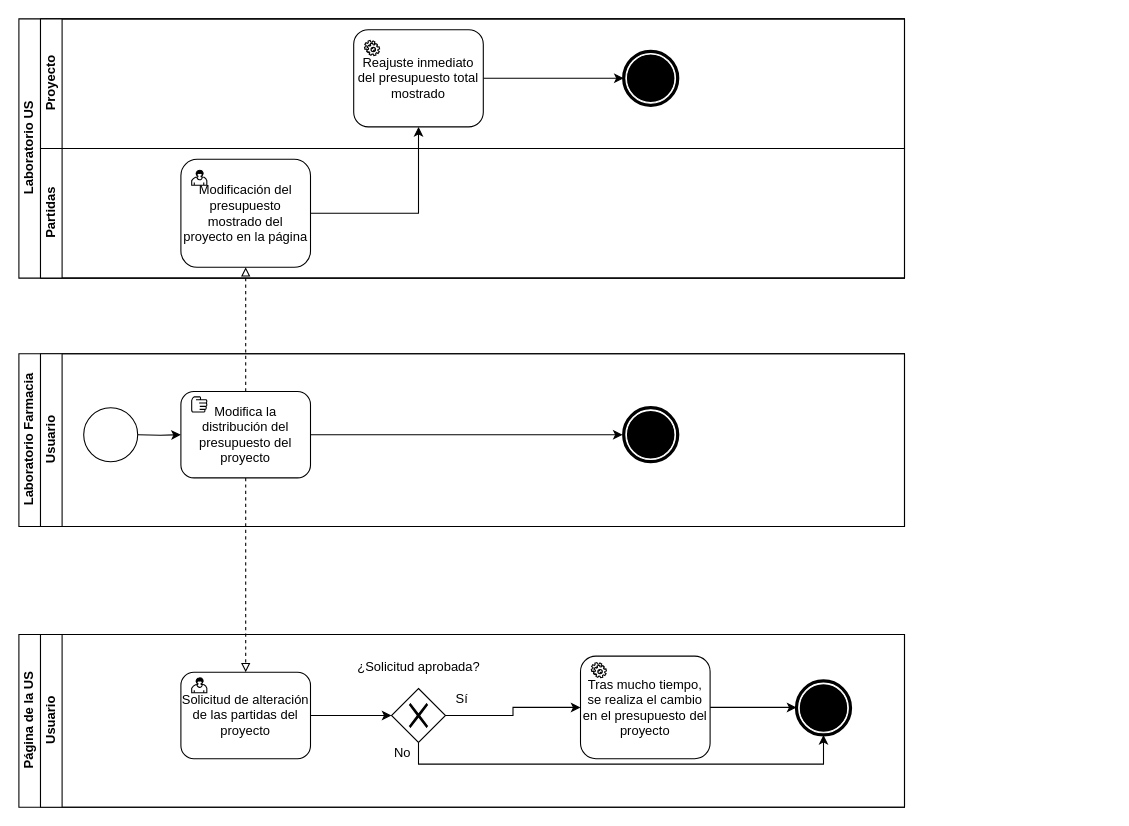
Before: 4 Necesidades de negocio/4.2 Modelos de procesos de negocio a implantar/ModificarPartidaBPMN-Implantar.drawio in Franbr31/IR-project, a draw.io diagram. Source tidied: cells renumbered, new cells numbered last; positions are measured from the earlier drawing's top-left corner, leaving out a move shared by most shapes. Both pictures are drawn from the tidied source at 108%, with x=0, y=0 at pixel (18, 18).
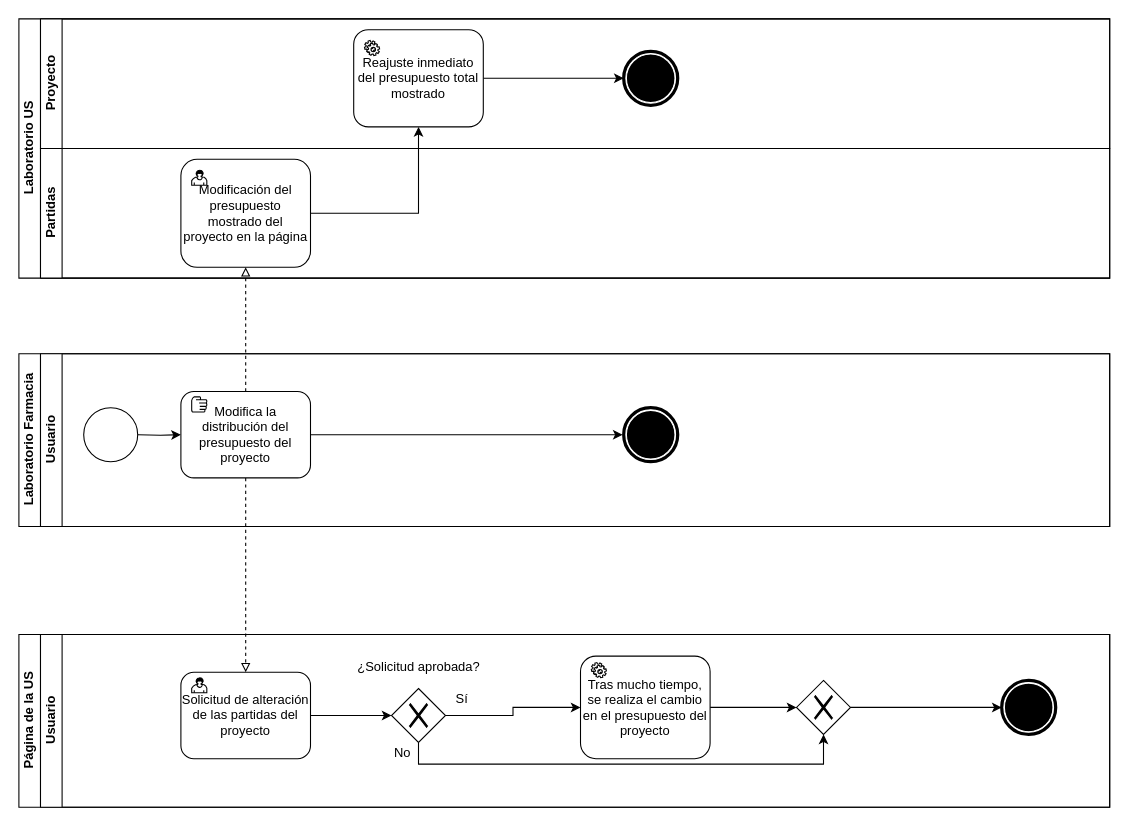
The same diagram, later.

Unchanged cells that the change refers to:
```xml
<mxCell id="35" style="shape=mxgraph.bpmn.shape;html=1;verticalLabelPosition=bottom;labelBackgroundColor=#ffffff;verticalAlign=top;align=center;perimeter=rhombusPerimeter;background=gateway;outlineConnect=0;outline=none;symbol=exclusiveGw;" parent="26" vertex="1">
  <mxGeometry x="325" y="50" width="50" height="50" as="geometry" />
</mxCell>
```

Diff of the diagram source:
```diff
@@
     <mxCell id="2" value="Laboratorio US" style="swimlane;html=1;horizontal=0;startSize=20;" parent="1" vertex="1">
-      <mxGeometry width="820" height="240" as="geometry" />
+      <mxGeometry width="1010" height="240" as="geometry" />
     </mxCell>
     <mxCell id="3" value="Proyecto" style="swimlane;html=1;startSize=20;horizontal=0;" parent="2" vertex="1">
-      <mxGeometry x="20" width="800" height="120" as="geometry" />
+      <mxGeometry x="20" width="990" height="120" as="geometry" />
     </mxCell>
@@
     <mxCell id="8" value="Partidas" style="swimlane;html=1;startSize=20;horizontal=0;" parent="2" vertex="1">
-      <mxGeometry x="20" y="120" width="800" height="120" as="geometry" />
+      <mxGeometry x="20" y="120" width="990" height="120" as="geometry" />
     </mxCell>
@@
     <mxCell id="12" value="Laboratorio Farmacia" style="swimlane;html=1;horizontal=0;startSize=20;" parent="1" vertex="1">
-      <mxGeometry y="310" width="820" height="160" as="geometry" />
+      <mxGeometry y="310" width="1010" height="160" as="geometry" />
     </mxCell>
@@
     <mxCell id="15" value="Usuario" style="swimlane;html=1;startSize=20;horizontal=0;" parent="12" vertex="1">
-      <mxGeometry x="20" width="800" height="160" as="geometry" />
+      <mxGeometry x="20" width="990" height="160" as="geometry" />
     </mxCell>
@@
     <mxCell id="23" value="Página de la US" style="swimlane;html=1;horizontal=0;startSize=20;" parent="1" vertex="1">
-      <mxGeometry y="570" width="820" height="160" as="geometry" />
+      <mxGeometry y="570" width="1010" height="160" as="geometry" />
     </mxCell>
@@
     <mxCell id="26" value="Usuario" style="swimlane;html=1;startSize=20;horizontal=0;" parent="23" vertex="1">
-      <mxGeometry x="20" width="800" height="160" as="geometry" />
+      <mxGeometry x="20" width="990" height="160" as="geometry" />
     </mxCell>
@@
-    <mxCell id="34" style="edgeStyle=orthogonalEdgeStyle;rounded=0;jettySize=auto;html=1;exitX=0.5;exitY=1;exitDx=0;exitDy=0;entryX=0.5;entryY=1;entryDx=0;entryDy=0;endArrow=classic;endFill=1;" parent="26" edge="1" source="35" target="39">
+    <mxCell id="34" style="edgeStyle=orthogonalEdgeStyle;rounded=0;jettySize=auto;html=1;exitX=0.5;exitY=1;exitDx=0;exitDy=0;entryX=0.5;entryY=1;entryDx=0;entryDy=0;endArrow=classic;endFill=1;" parent="26" edge="1" source="35" target="42">
       <mxGeometry relative="1" as="geometry" />
     </mxCell>
@@
     <mxCell id="39" style="shape=mxgraph.bpmn.shape;html=1;verticalLabelPosition=bottom;labelBackgroundColor=#ffffff;verticalAlign=top;align=center;perimeter=ellipsePerimeter;outlineConnect=0;outline=end;symbol=terminate;" parent="26" vertex="1">
-      <mxGeometry x="700" y="43" width="50" height="50" as="geometry" />
+      <mxGeometry x="890" y="42.5" width="50" height="50" as="geometry" />
     </mxCell>
+    <mxCell id="41" style="edgeStyle=orthogonalEdgeStyle;rounded=0;jettySize=auto;html=1;exitX=1;exitY=0.5;exitDx=0;exitDy=0;" parent="26" edge="1" source="42" target="39">
+      <mxGeometry relative="1" as="geometry" />
+    </mxCell>
+    <mxCell id="42" style="shape=mxgraph.bpmn.shape;html=1;verticalLabelPosition=bottom;labelBackgroundColor=#ffffff;verticalAlign=top;align=center;perimeter=rhombusPerimeter;background=gateway;outlineConnect=0;outline=none;symbol=exclusiveGw;" parent="26" vertex="1">
+      <mxGeometry x="700" y="42.5" width="50" height="50" as="geometry" />
+    </mxCell>
```
